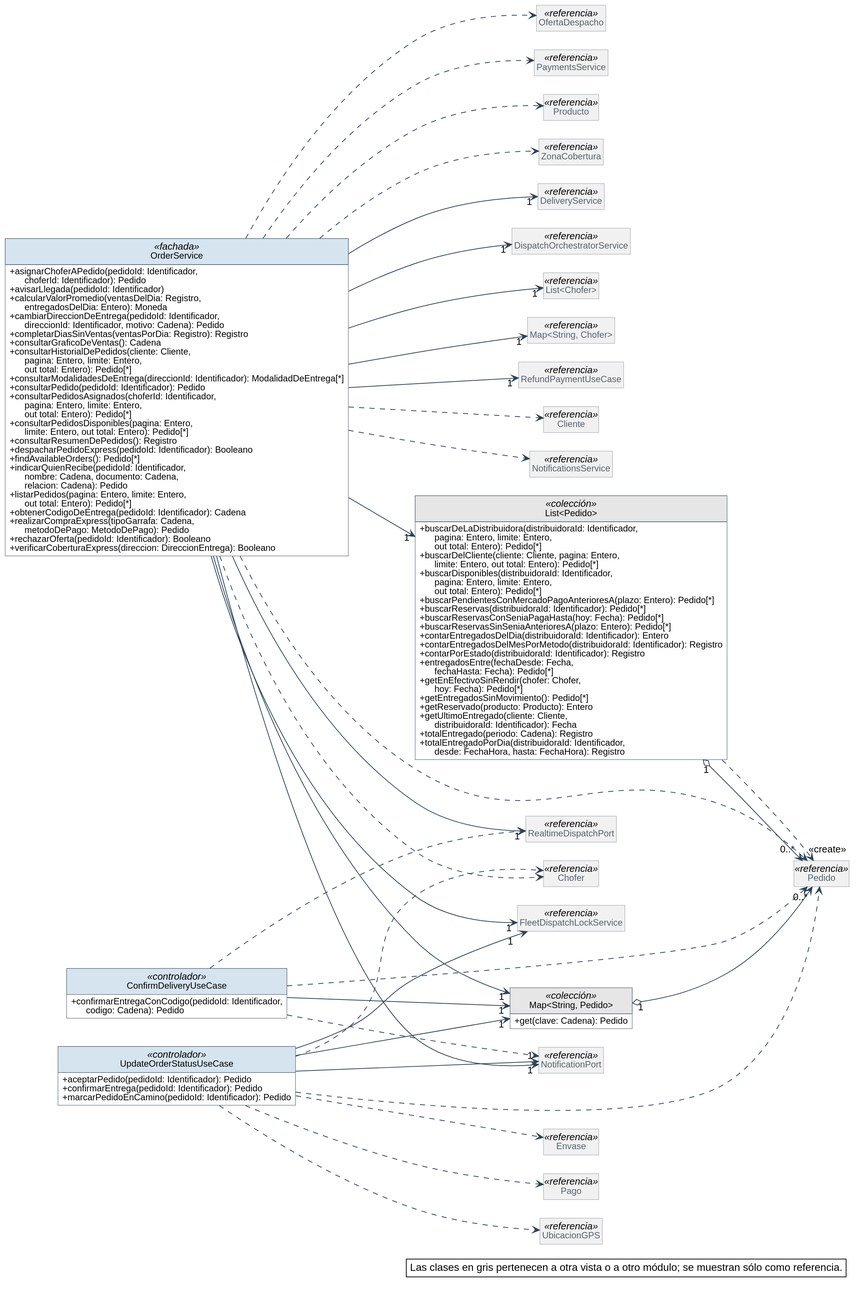
The PlantUML diagram diagramas/clases-diseno/DC_Mod_Pedidos-estado.svg in Nahuelito-Dev/splg-docs, before a commit.
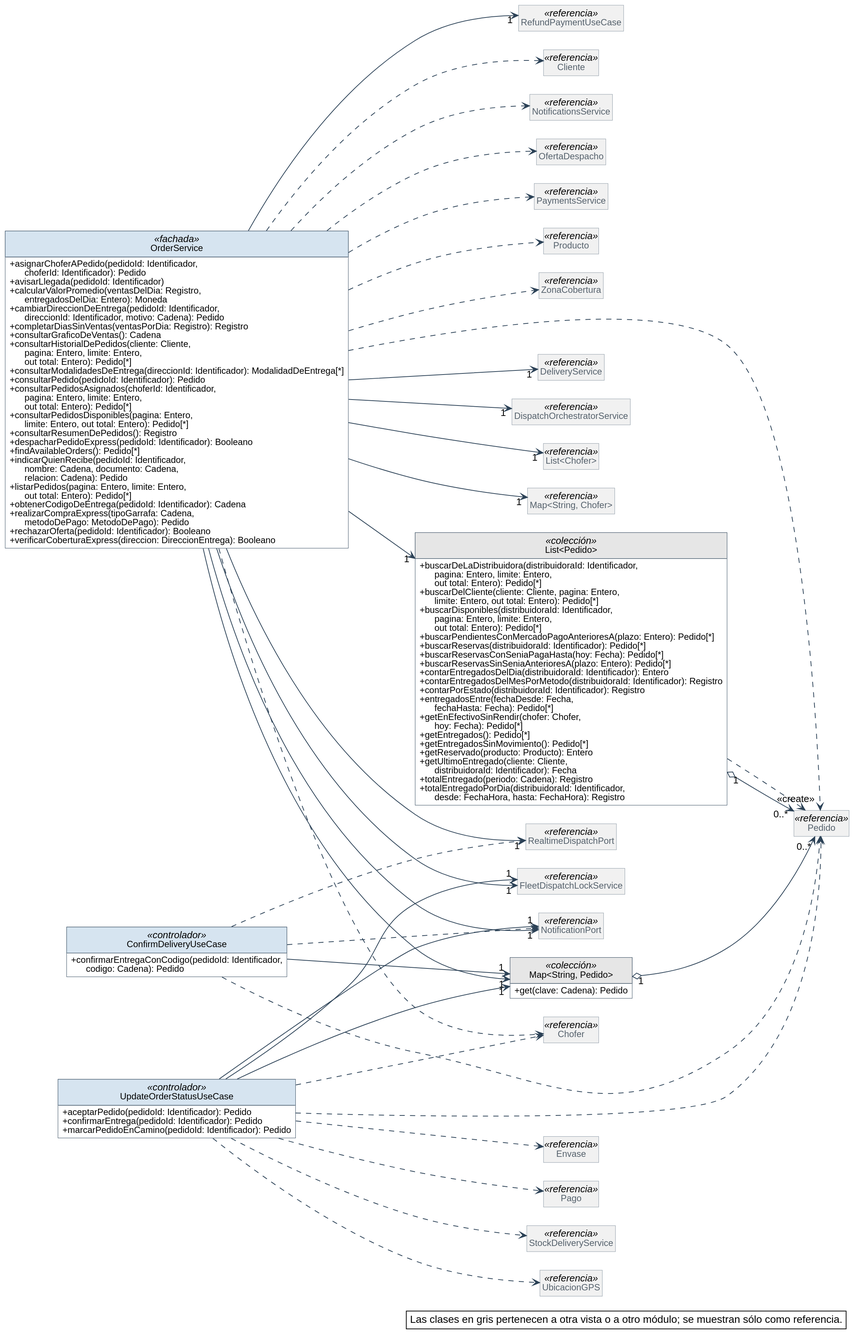
Later version of the same file.

Diff of the diagram source:
```diff
@@ -106,6 +106,7 @@
   + contarPorEstado(distribuidoraId: Identificador): Registro
   + entregadosEntre(fechaDesde: Fecha,\n      fechaHasta: Fecha): Pedido[*]
   + getEnEfectivoSinRendir(chofer: Chofer,\n      hoy: Fecha): Pedido[*]
+  + getEntregados(): Pedido[*]
   + getEntregadosSinMovimiento(): Pedido[*]
   + getReservado(producto: Producto): Entero
   + getUltimoEntregado(cliente: Cliente,\n      distribuidoraId: Identificador): Fecha
@@ -130,6 +131,7 @@
 class ZonaCobertura <<referencia>>
 class Envase <<referencia>>
 class Pago <<referencia>>
+class StockDeliveryService <<referencia>>
 class UbicacionGPS <<referencia>>
 
 Map_String_Pedido "1" o--> "0..*" Pedido
@@ -164,6 +166,7 @@
 UpdateOrderStatusUseCase ..> Envase
 UpdateOrderStatusUseCase ..> Pago
 UpdateOrderStatusUseCase ..> Pedido
+UpdateOrderStatusUseCase ..> StockDeliveryService
 UpdateOrderStatusUseCase ..> UbicacionGPS
 
 legend bottom right
```
